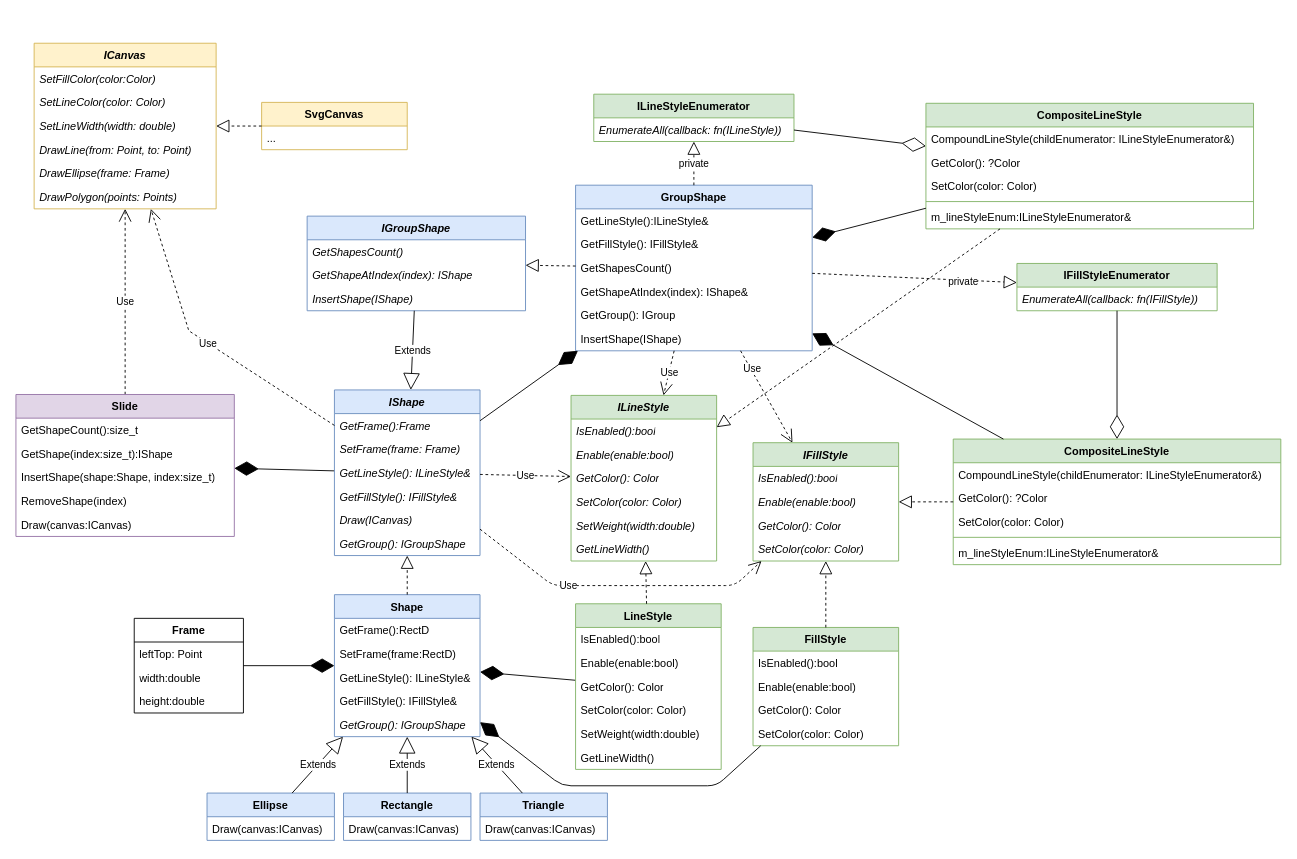
Above: lab7/drawio/slides.drawio in KRASILNIKOV30/ood (draw.io), before the change. Source tidied: cells renumbered, new cells numbered last; positions are measured from the earlier drawing's top-left corner, leaving out a move shared by most shapes. Both pictures are drawn from the tidied source at 91%, with x=0, y=0 at pixel (15, 43).
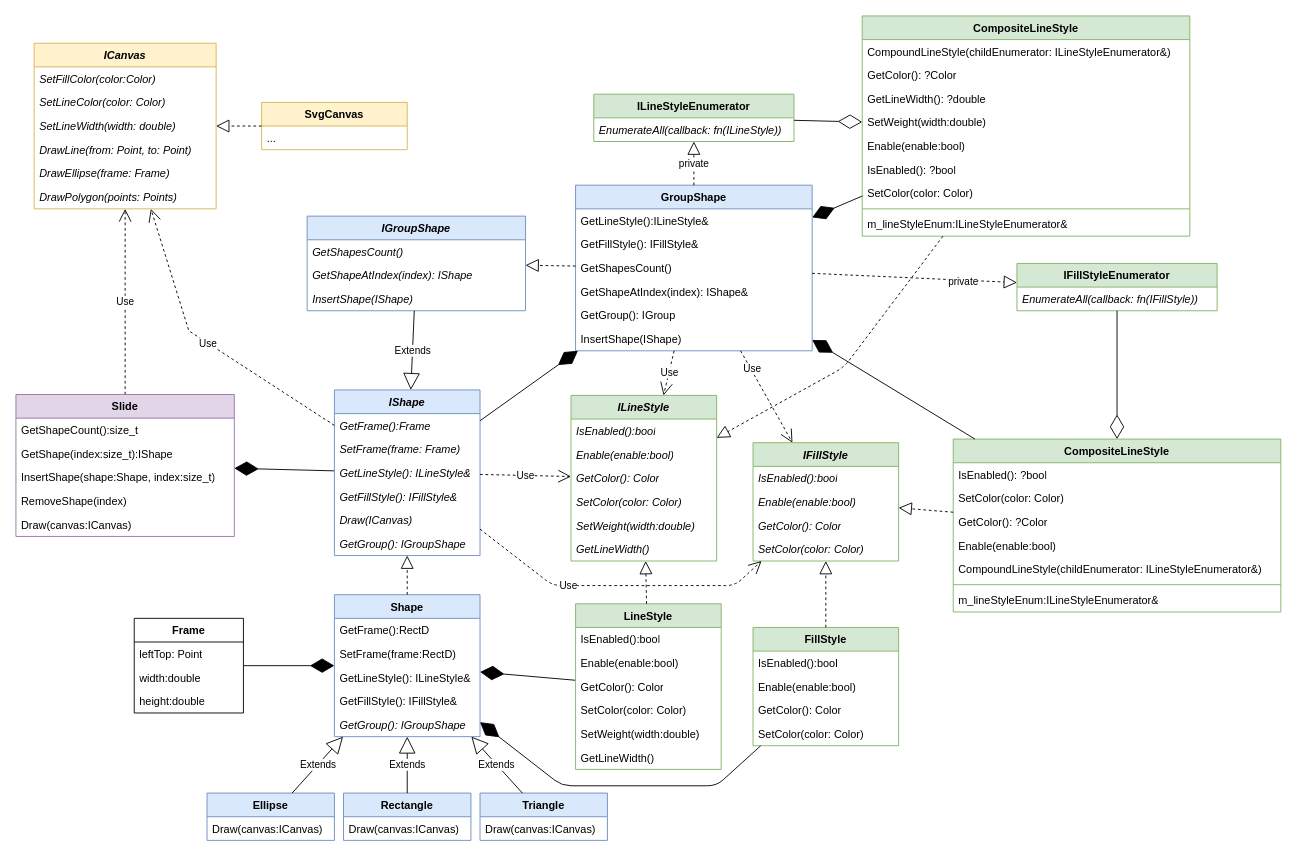
The same diagram, later.

Unchanged cells that the change refers to:
```xml
<mxCell id="25" value="ILineStyle" style="swimlane;fontStyle=3;align=center;verticalAlign=top;horizontal=1;startSize=26;whiteSpace=wrap;html=1;fillColor=#d5e8d4;strokeColor=#82b366;" parent="1" vertex="1">
  <mxGeometry x="610" y="387" width="160" height="182" as="geometry" />
</mxCell>
```

Diff of the diagram source:
```diff
@@
     <mxCell id="68" value="CompositeLineStyle" style="swimlane;fontStyle=1;align=center;verticalAlign=top;horizontal=1;startSize=26;fillColor=#d5e8d4;strokeColor=#82b366;" parent="1" vertex="1">
-      <mxGeometry x="1000" y="66" width="360" height="138" as="geometry" />
+      <mxGeometry x="930" y="-30" width="360" height="242" as="geometry" />
     </mxCell>
@@
+    <mxCell id="119" value="GetLineWidth(): ?double" style="text;strokeColor=none;fillColor=none;align=left;verticalAlign=top;spacingLeft=4;spacingRight=4;overflow=hidden;whiteSpace=wrap;html=1;fontStyle=0;" parent="68" vertex="1">
+      <mxGeometry y="78" width="360" height="26" as="geometry" />
+    </mxCell>
+    <mxCell id="120" value="SetWeight(width:double)" style="text;strokeColor=none;fillColor=none;align=left;verticalAlign=top;spacingLeft=4;spacingRight=4;overflow=hidden;whiteSpace=wrap;html=1;fontStyle=0;" parent="68" vertex="1">
+      <mxGeometry y="104" width="360" height="26" as="geometry" />
+    </mxCell>
+    <mxCell id="121" value="Enable(enable:bool)" style="text;strokeColor=none;fillColor=none;align=left;verticalAlign=top;spacingLeft=4;spacingRight=4;overflow=hidden;whiteSpace=wrap;html=1;fontStyle=0;" parent="68" vertex="1">
+      <mxGeometry y="130" width="360" height="26" as="geometry" />
+    </mxCell>
+    <mxCell id="122" value="IsEnabled(): ?bool" style="text;strokeColor=none;fillColor=none;align=left;verticalAlign=top;spacingLeft=4;spacingRight=4;overflow=hidden;whiteSpace=wrap;html=1;fontStyle=0;" parent="68" vertex="1">
+      <mxGeometry y="156" width="360" height="26" as="geometry" />
+    </mxCell>
     <mxCell id="71" value="SetColor(color: Color)" style="text;strokeColor=none;fillColor=none;align=left;verticalAlign=top;spacingLeft=4;spacingRight=4;overflow=hidden;fontStyle=0;" parent="68" vertex="1">
-      <mxGeometry y="78" width="360" height="26" as="geometry" />
+      <mxGeometry y="182" width="360" height="26" as="geometry" />
     </mxCell>
     <mxCell id="72" style="line;strokeWidth=1;fillColor=none;align=left;verticalAlign=middle;spacingTop=-1;spacingLeft=3;spacingRight=3;labelPosition=right;strokeColor=inherit;" parent="68" vertex="1">
-      <mxGeometry y="104" width="360" height="8" as="geometry" />
+      <mxGeometry y="208" width="360" height="8" as="geometry" />
     </mxCell>
     <mxCell id="73" value="m_lineStyleEnum:ILineStyleEnumerator&amp;amp;" style="text;strokeColor=none;fillColor=none;align=left;verticalAlign=top;spacingLeft=4;spacingRight=4;overflow=hidden;whiteSpace=wrap;html=1;" parent="68" vertex="1">
-      <mxGeometry y="112" width="360" height="26" as="geometry" />
+      <mxGeometry y="216" width="360" height="26" as="geometry" />
     </mxCell>
     <mxCell id="74" style="endArrow=block;dashed=1;endFill=0;endSize=12;html=1;" parent="1" edge="1" source="68" target="25">
-      <mxGeometry relative="1" as="geometry" />
+      <mxGeometry relative="1" as="geometry">
+        <Array as="points">
+          <mxPoint x="910" y="356" />
+        </Array>
+      </mxGeometry>
     </mxCell>
@@
     <mxCell id="103" value="CompositeLineStyle" style="swimlane;fontStyle=1;align=center;verticalAlign=top;horizontal=1;startSize=26;fillColor=#d5e8d4;strokeColor=#82b366;" parent="1" vertex="1">
-      <mxGeometry x="1030" y="435" width="360" height="138" as="geometry" />
+      <mxGeometry x="1030" y="435" width="360" height="190" as="geometry" />
     </mxCell>
+    <mxCell id="123" value="IsEnabled(): ?bool" style="text;strokeColor=none;fillColor=none;align=left;verticalAlign=top;spacingLeft=4;spacingRight=4;overflow=hidden;whiteSpace=wrap;html=1;" parent="103" vertex="1">
+      <mxGeometry y="26" width="360" height="26" as="geometry" />
+    </mxCell>
+    <mxCell id="106" value="SetColor(color: Color)" style="text;strokeColor=none;fillColor=none;align=left;verticalAlign=top;spacingLeft=4;spacingRight=4;overflow=hidden;whiteSpace=wrap;html=1;" parent="103" vertex="1">
+      <mxGeometry y="52" width="360" height="26" as="geometry" />
+    </mxCell>
+    <mxCell id="105" value="GetColor(): ?Color" style="text;strokeColor=none;fillColor=none;align=left;verticalAlign=top;spacingLeft=4;spacingRight=4;overflow=hidden;whiteSpace=wrap;html=1;" parent="103" vertex="1">
+      <mxGeometry y="78" width="360" height="26" as="geometry" />
+    </mxCell>
+    <mxCell id="124" value="Enable(enable:bool)" style="text;strokeColor=none;fillColor=none;align=left;verticalAlign=top;spacingLeft=4;spacingRight=4;overflow=hidden;whiteSpace=wrap;html=1;" parent="103" vertex="1">
+      <mxGeometry y="104" width="360" height="26" as="geometry" />
+    </mxCell>
     <mxCell id="104" value="CompoundLineStyle(childEnumerator: ILineStyleEnumerator&amp;)" style="text;strokeColor=none;fillColor=none;align=left;verticalAlign=top;spacingLeft=4;spacingRight=4;overflow=hidden;fontStyle=0;" parent="103" vertex="1">
-      <mxGeometry y="26" width="360" height="26" as="geometry" />
+      <mxGeometry y="130" width="360" height="26" as="geometry" />
     </mxCell>
-    <mxCell id="105" value="GetColor(): ?Color" style="text;strokeColor=none;fillColor=none;align=left;verticalAlign=top;spacingLeft=4;spacingRight=4;overflow=hidden;fontStyle=0;" parent="103" vertex="1">
-      <mxGeometry y="52" width="360" height="26" as="geometry" />
-    </mxCell>
-    <mxCell id="106" value="SetColor(color: Color)" style="text;strokeColor=none;fillColor=none;align=left;verticalAlign=top;spacingLeft=4;spacingRight=4;overflow=hidden;fontStyle=0;" parent="103" vertex="1">
-      <mxGeometry y="78" width="360" height="26" as="geometry" />
-    </mxCell>
     <mxCell id="107" style="line;strokeWidth=1;fillColor=none;align=left;verticalAlign=middle;spacingTop=-1;spacingLeft=3;spacingRight=3;labelPosition=right;strokeColor=inherit;" parent="103" vertex="1">
-      <mxGeometry y="104" width="360" height="8" as="geometry" />
+      <mxGeometry y="156" width="360" height="8" as="geometry" />
     </mxCell>
     <mxCell id="108" value="m_lineStyleEnum:ILineStyleEnumerator&amp;amp;" style="text;strokeColor=none;fillColor=none;align=left;verticalAlign=top;spacingLeft=4;spacingRight=4;overflow=hidden;whiteSpace=wrap;html=1;" parent="103" vertex="1">
-      <mxGeometry y="112" width="360" height="26" as="geometry" />
+      <mxGeometry y="164" width="360" height="26" as="geometry" />
     </mxCell>
```
